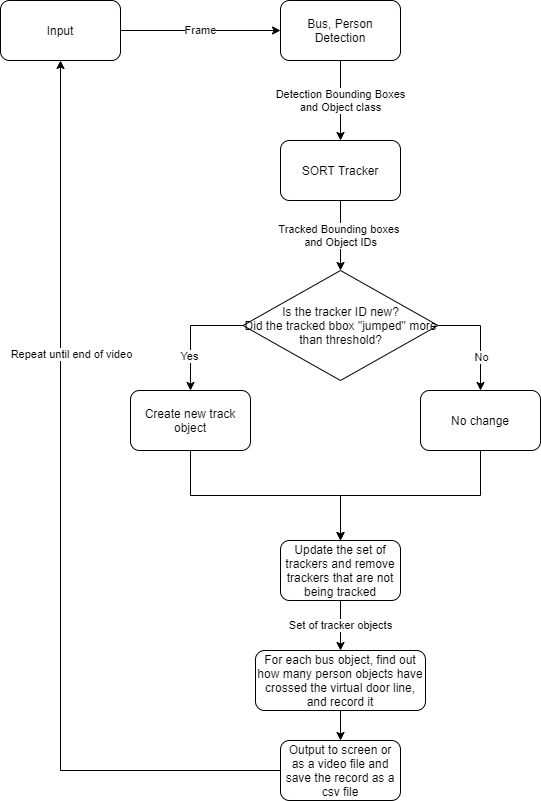
Above: images/flowchart.png in eric-kwok-nt/PeekingDuck_familiarization (draw.io), before the change. Source tidied: cells renumbered, new cells last; positions are measured from the earlier drawing's top-left corner, leaving out a move shared by most shapes. Source of this version:
```xml
<mxGraphModel>
  <root>
    <mxCell id="0" />
    <mxCell id="1" parent="0" />
    <mxCell id="2" value="Detection Bounding Boxes&lt;br&gt;and Object class" style="edgeStyle=orthogonalEdgeStyle;rounded=0;jettySize=auto;html=1;" parent="1" edge="1" source="3" target="5">
      <mxGeometry relative="1" as="geometry" />
    </mxCell>
    <mxCell id="3" value="Bus, Person Detection" style="rounded=1;whiteSpace=wrap;html=1;" parent="1" vertex="1">
      <mxGeometry x="280" width="120" height="60" as="geometry" />
    </mxCell>
    <mxCell id="4" value="Tracked Bounding boxes&amp;nbsp;&lt;br&gt;and Object IDs" style="edgeStyle=orthogonalEdgeStyle;rounded=0;jettySize=auto;html=1;entryX=0.5;entryY=0;entryDx=0;entryDy=0;" parent="1" edge="1" source="5" target="12">
      <mxGeometry relative="1" as="geometry" />
    </mxCell>
    <mxCell id="5" value="SORT Tracker" style="whiteSpace=wrap;html=1;rounded=1;" parent="1" vertex="1">
      <mxGeometry x="280" y="140" width="120" height="60" as="geometry" />
    </mxCell>
    <mxCell id="6" value="Frame" style="edgeStyle=orthogonalEdgeStyle;rounded=0;jettySize=auto;html=1;" parent="1" edge="1" source="7" target="3">
      <mxGeometry relative="1" as="geometry" />
    </mxCell>
    <mxCell id="7" value="Input" style="rounded=1;whiteSpace=wrap;html=1;" parent="1" vertex="1">
      <mxGeometry width="120" height="60" as="geometry" />
    </mxCell>
    <mxCell id="8" style="edgeStyle=orthogonalEdgeStyle;rounded=0;jettySize=auto;html=1;entryX=0.5;entryY=0;entryDx=0;entryDy=0;exitX=0;exitY=0.5;exitDx=0;exitDy=0;" parent="1" edge="1" source="12" target="14">
      <mxGeometry relative="1" as="geometry">
        <Array as="points">
          <mxPoint x="190" y="325" />
        </Array>
      </mxGeometry>
    </mxCell>
    <mxCell id="9" value="Yes" style="edgeLabel;html=1;align=center;verticalAlign=middle;" parent="8" vertex="1">
      <mxGeometry x="-0.24" relative="1" as="geometry">
        <mxPoint x="-10" y="30" as="offset" />
      </mxGeometry>
    </mxCell>
    <mxCell id="10" style="edgeStyle=orthogonalEdgeStyle;rounded=0;jettySize=auto;html=1;exitX=1;exitY=0.5;exitDx=0;exitDy=0;entryX=0.5;entryY=0;entryDx=0;entryDy=0;" parent="1" edge="1" source="12" target="16">
      <mxGeometry relative="1" as="geometry" />
    </mxCell>
    <mxCell id="11" value="No" style="edgeLabel;html=1;align=center;verticalAlign=middle;" parent="10" vertex="1">
      <mxGeometry x="0.08" relative="1" as="geometry">
        <mxPoint y="16" as="offset" />
      </mxGeometry>
    </mxCell>
    <mxCell id="12" value="Is the tracker ID new?&lt;br&gt;Did the tracked bbox &quot;jumped&quot; more than threshold?" style="rhombus;whiteSpace=wrap;html=1;" parent="1" vertex="1">
      <mxGeometry x="242.5" y="270" width="195" height="110" as="geometry" />
    </mxCell>
    <mxCell id="13" style="edgeStyle=orthogonalEdgeStyle;rounded=0;jettySize=auto;html=1;exitX=0.5;exitY=1;exitDx=0;exitDy=0;entryX=0.5;entryY=0;entryDx=0;entryDy=0;" parent="1" edge="1" source="14" target="18">
      <mxGeometry relative="1" as="geometry" />
    </mxCell>
    <mxCell id="14" value="Create new track object" style="rounded=1;whiteSpace=wrap;html=1;" parent="1" vertex="1">
      <mxGeometry x="130" y="390" width="120" height="60" as="geometry" />
    </mxCell>
    <mxCell id="15" style="edgeStyle=orthogonalEdgeStyle;rounded=0;jettySize=auto;html=1;exitX=0.5;exitY=1;exitDx=0;exitDy=0;" parent="1" edge="1" source="16" target="18">
      <mxGeometry relative="1" as="geometry" />
    </mxCell>
    <mxCell id="16" value="No change" style="rounded=1;whiteSpace=wrap;html=1;" parent="1" vertex="1">
      <mxGeometry x="420" y="390" width="120" height="60" as="geometry" />
    </mxCell>
    <mxCell id="17" value="Set of tracker objects" style="edgeStyle=orthogonalEdgeStyle;rounded=0;jettySize=auto;html=1;" parent="1" edge="1" source="18" target="20">
      <mxGeometry relative="1" as="geometry" />
    </mxCell>
    <mxCell id="18" value="Update the set of trackers and remove trackers that are not being tracked" style="rounded=1;whiteSpace=wrap;html=1;" parent="1" vertex="1">
      <mxGeometry x="280" y="540" width="120" height="60" as="geometry" />
    </mxCell>
    <mxCell id="19" style="edgeStyle=orthogonalEdgeStyle;rounded=0;jettySize=auto;html=1;" parent="1" edge="1" source="20" target="23">
      <mxGeometry relative="1" as="geometry" />
    </mxCell>
    <mxCell id="20" value="For each bus object, find out how many person objects have crossed the virtual door line, and record it" style="rounded=1;whiteSpace=wrap;html=1;" parent="1" vertex="1">
      <mxGeometry x="255" y="650" width="170" height="60" as="geometry" />
    </mxCell>
    <mxCell id="21" style="edgeStyle=orthogonalEdgeStyle;rounded=0;jettySize=auto;html=1;entryX=0.5;entryY=1;entryDx=0;entryDy=0;" parent="1" edge="1" source="23" target="7">
      <mxGeometry relative="1" as="geometry">
        <Array as="points">
          <mxPoint x="60" y="770" />
        </Array>
      </mxGeometry>
    </mxCell>
    <mxCell id="22" value="Repeat until end of video" style="edgeLabel;html=1;align=center;verticalAlign=middle;" parent="21" vertex="1">
      <mxGeometry x="0.24" y="2" relative="1" as="geometry">
        <mxPoint x="12" y="-60" as="offset" />
      </mxGeometry>
    </mxCell>
    <mxCell id="23" value="Output to screen or as a video file and save the record as a csv file" style="whiteSpace=wrap;html=1;rounded=1;" parent="1" vertex="1">
      <mxGeometry x="280" y="740" width="120" height="60" as="geometry" />
    </mxCell>
  </root>
</mxGraphModel>
```
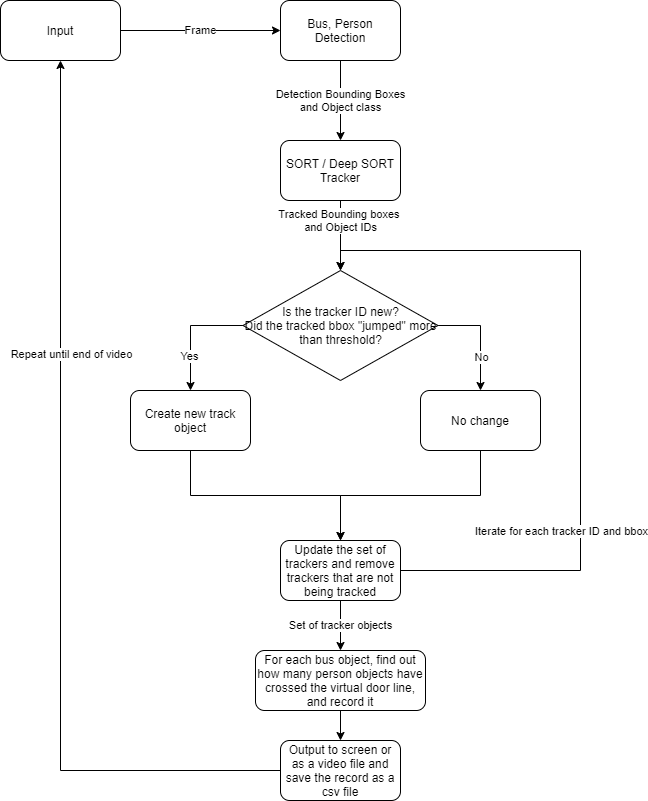
After the change.

Change to the diagram source:
```diff
@@ -8,10 +8,13 @@
     <mxCell id="3" value="Bus, Person Detection" style="rounded=1;whiteSpace=wrap;html=1;" parent="1" vertex="1">
       <mxGeometry x="280" width="120" height="60" as="geometry" />
     </mxCell>
-    <mxCell id="4" value="Tracked Bounding boxes&amp;nbsp;&lt;br&gt;and Object IDs" style="edgeStyle=orthogonalEdgeStyle;rounded=0;jettySize=auto;html=1;entryX=0.5;entryY=0;entryDx=0;entryDy=0;" parent="1" edge="1" source="5" target="12">
-      <mxGeometry relative="1" as="geometry" />
+    <mxCell id="4" value="Tracked Bounding boxes&amp;nbsp;&lt;br&gt;and Object IDs" style="edgeStyle=orthogonalEdgeStyle;rounded=0;orthogonalLoop=1;jettySize=auto;html=1;" parent="1" edge="1">
+      <mxGeometry x="-0.27" relative="1" as="geometry">
+        <mxPoint x="340" y="191" as="sourcePoint" />
+        <mxPoint x="340" y="270" as="targetPoint" />
+      </mxGeometry>
     </mxCell>
-    <mxCell id="5" value="SORT Tracker" style="whiteSpace=wrap;html=1;rounded=1;" parent="1" vertex="1">
+    <mxCell id="5" value="SORT / Deep SORT Tracker" style="whiteSpace=wrap;html=1;rounded=1;" parent="1" vertex="1">
       <mxGeometry x="280" y="140" width="120" height="60" as="geometry" />
     </mxCell>
     <mxCell id="6" value="Frame" style="edgeStyle=orthogonalEdgeStyle;rounded=0;jettySize=auto;html=1;" parent="1" edge="1" source="7" target="3">
@@ -58,6 +61,20 @@
     <mxCell id="17" value="Set of tracker objects" style="edgeStyle=orthogonalEdgeStyle;rounded=0;jettySize=auto;html=1;" parent="1" edge="1" source="18" target="20">
       <mxGeometry relative="1" as="geometry" />
     </mxCell>
+    <mxCell id="24" style="edgeStyle=orthogonalEdgeStyle;rounded=0;jettySize=auto;html=1;entryX=0.5;entryY=0;entryDx=0;entryDy=0;" parent="1" edge="1" source="18" target="12">
+      <mxGeometry relative="1" as="geometry">
+        <Array as="points">
+          <mxPoint x="580" y="570" />
+          <mxPoint x="580" y="250" />
+          <mxPoint x="340" y="250" />
+        </Array>
+      </mxGeometry>
+    </mxCell>
+    <mxCell id="25" value="Iterate for each tracker ID and bbox" style="edgeLabel;html=1;align=center;verticalAlign=middle;" parent="24" vertex="1">
+      <mxGeometry x="-0.21" y="-1" relative="1" as="geometry">
+        <mxPoint x="-21" y="80" as="offset" />
+      </mxGeometry>
+    </mxCell>
     <mxCell id="18" value="Update the set of trackers and remove trackers that are not being tracked" style="rounded=1;whiteSpace=wrap;html=1;" parent="1" vertex="1">
       <mxGeometry x="280" y="540" width="120" height="60" as="geometry" />
     </mxCell>
```
